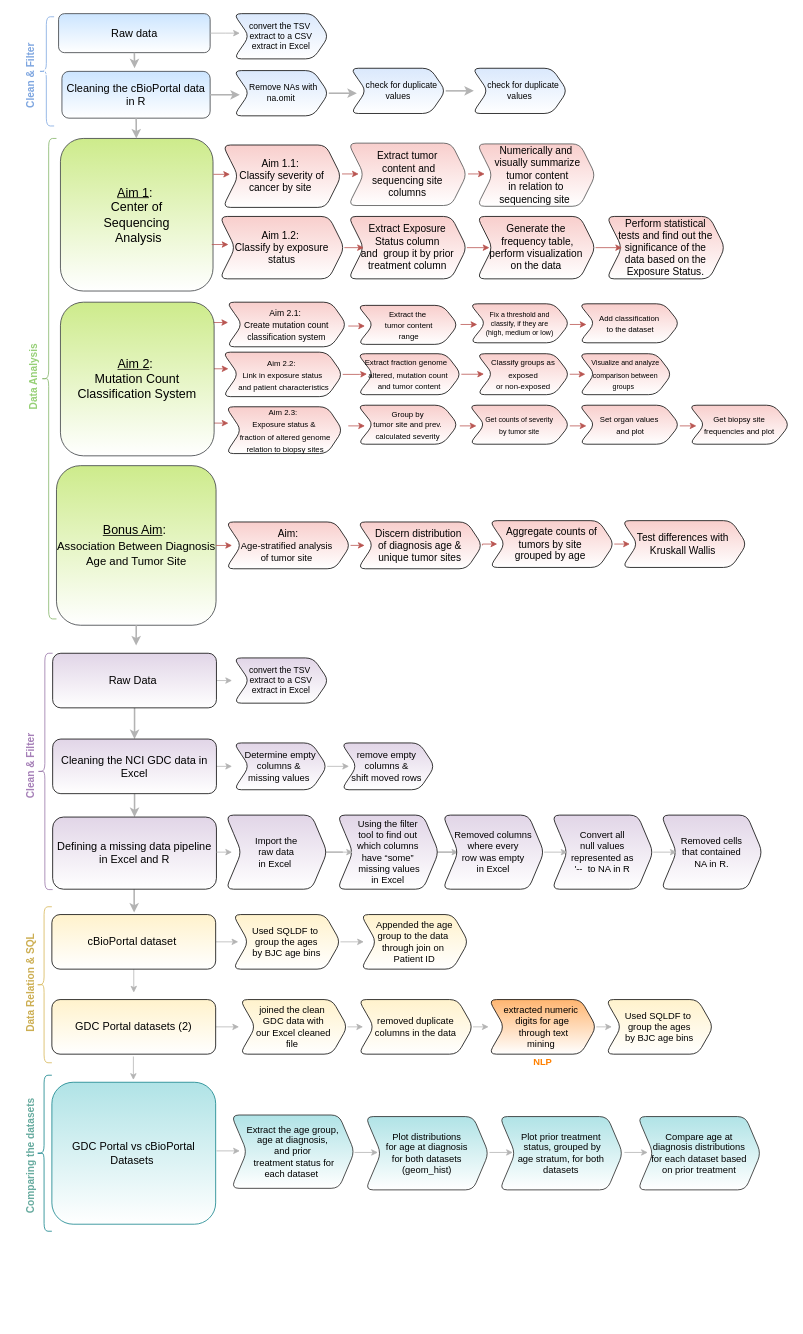
This is Updated_img.drawio from aiy-wish/Data-Wrangling-Project, a draw.io file, before an edit. Source tidied: cells renumbered, new cells numbered last; positions are measured from the earlier drawing's top-left corner, leaving out a move shared by most shapes. Both pictures are drawn from the tidied source at 78%, with x=0, y=0 at pixel (-31, 13).
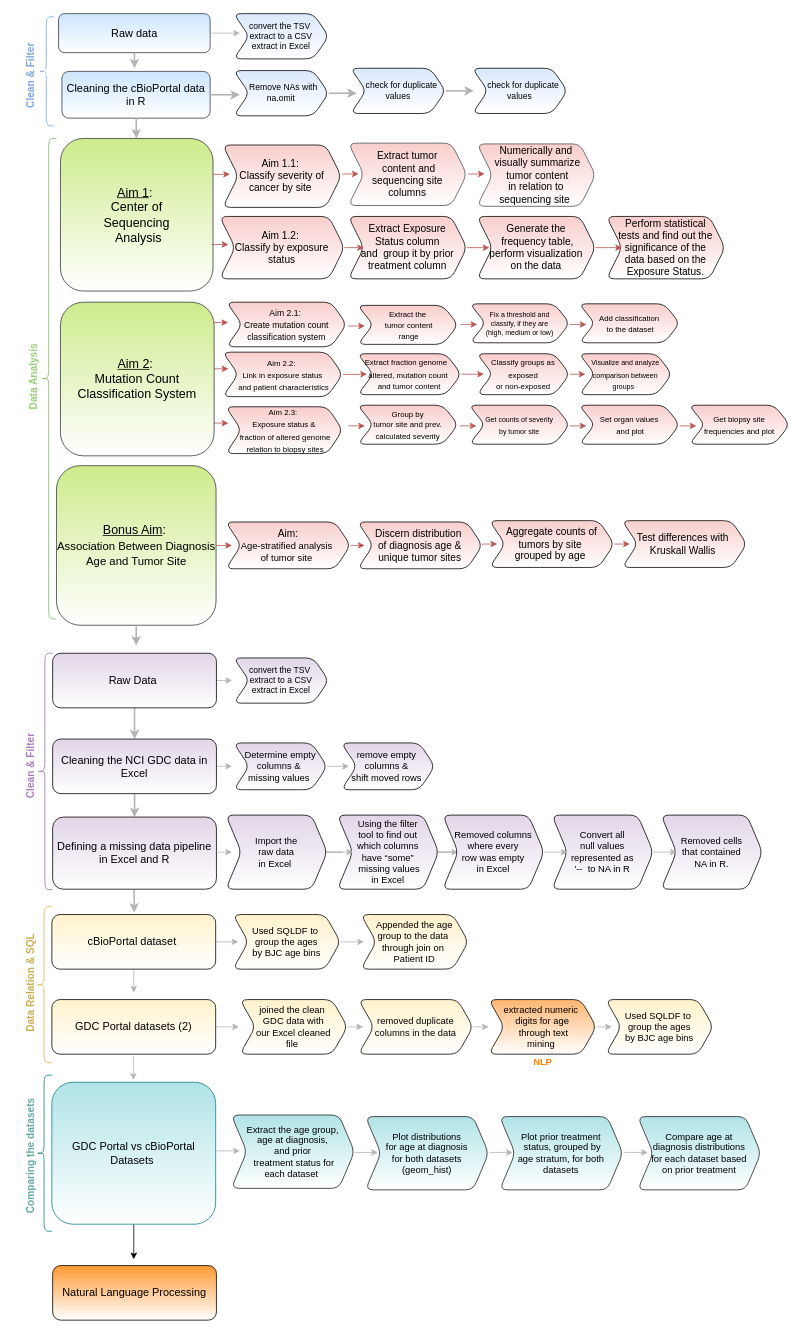
Above is the later version.

Unchanged cells that the change refers to:
```xml
<mxCell id="118" value="GDC Portal vs cBioPortal Datasets&amp;nbsp;" style="rounded=1;whiteSpace=wrap;html=1;fontSize=14;strokeColor=#0e8088;fillColor=#b0e3e6;align=center;gradientColor=#ffffff;" parent="1" vertex="1">
  <mxGeometry x="106" y="1370" width="210" height="182" as="geometry" />
</mxCell>
```

What changed in the source:
```diff
@@
+    <mxCell id="129" style="edgeStyle=orthogonalEdgeStyle;rounded=0;jettySize=auto;html=1;exitX=0.5;exitY=1;exitDx=0;exitDy=0;" parent="1" edge="1" source="118">
+      <mxGeometry relative="1" as="geometry">
+        <mxPoint x="211" y="1597" as="targetPoint" />
+      </mxGeometry>
+    </mxCell>
@@
+    <mxCell id="130" value="Natural Language Processing" style="rounded=1;whiteSpace=wrap;html=1;fontSize=14;strokeColor=default;fillColor=#FF9933;align=center;gradientColor=#ffffff;" parent="1" vertex="1">
+      <mxGeometry x="107" y="1605" width="210" height="70" as="geometry" />
+    </mxCell>
```
